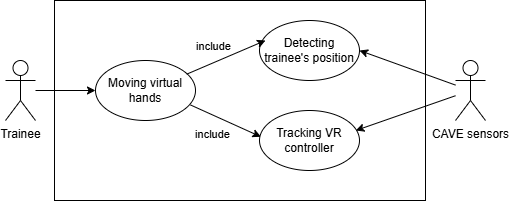
Above: Images/TraineeMovementUseCases.png in dopp1e/diploma (draw.io), before the change. Source tidied: cells renumbered, new cells last; positions are measured from the earlier drawing's top-left corner, leaving out a move shared by most shapes. The source it was exported from:
```xml
<mxGraphModel>
  <root>
    <mxCell id="0" />
    <mxCell id="1" parent="0" />
    <mxCell id="2" style="rounded=0;whiteSpace=wrap;html=1;" parent="1" vertex="1">
      <mxGeometry x="49" width="371" height="200" as="geometry" />
    </mxCell>
    <mxCell id="3" value="Trainee" style="shape=umlActor;verticalLabelPosition=bottom;verticalAlign=top;html=1;outlineConnect=0;" parent="1" vertex="1">
      <mxGeometry y="60" width="30" height="60" as="geometry" />
    </mxCell>
    <mxCell id="4" value="CAVE sensors" style="shape=umlActor;verticalLabelPosition=bottom;verticalAlign=top;html=1;outlineConnect=0;" parent="1" vertex="1">
      <mxGeometry x="450" y="60" width="30" height="60" as="geometry" />
    </mxCell>
    <mxCell id="5" value="Detecting trainee's position" style="ellipse;whiteSpace=wrap;html=1;" parent="1" vertex="1">
      <mxGeometry x="254" y="20" width="100" height="60" as="geometry" />
    </mxCell>
    <mxCell id="6" value="Tracking VR controller" style="ellipse;whiteSpace=wrap;html=1;" parent="1" vertex="1">
      <mxGeometry x="254" y="110" width="100" height="60" as="geometry" />
    </mxCell>
    <mxCell id="7" style="endArrow=classic;html=1;rounded=0;entryX=0.963;entryY=0.333;entryDx=0;entryDy=0;entryPerimeter=0;" parent="1" edge="1" source="4" target="6">
      <mxGeometry relative="1" as="geometry" />
    </mxCell>
    <mxCell id="8" style="endArrow=classic;html=1;rounded=0;entryX=1;entryY=0.5;entryDx=0;entryDy=0;" parent="1" edge="1" source="4" target="5">
      <mxGeometry relative="1" as="geometry" />
    </mxCell>
    <mxCell id="9" value="Moving virtual hands" style="ellipse;whiteSpace=wrap;html=1;" parent="1" vertex="1">
      <mxGeometry x="90" y="60" width="100" height="60" as="geometry" />
    </mxCell>
    <mxCell id="10" style="endArrow=classic;html=1;rounded=0;entryX=0;entryY=0.5;entryDx=0;entryDy=0;" parent="1" edge="1" source="3" target="9">
      <mxGeometry relative="1" as="geometry" />
    </mxCell>
    <mxCell id="11" style="endArrow=classic;html=1;rounded=0;exitX=0.912;exitY=0.228;exitDx=0;exitDy=0;exitPerimeter=0;entryX=0.06;entryY=0.333;entryDx=0;entryDy=0;entryPerimeter=0;" parent="1" edge="1" source="9" target="5">
      <mxGeometry relative="1" as="geometry" />
    </mxCell>
    <mxCell id="12" value="include" style="edgeLabel;html=1;align=center;verticalAlign=middle;" parent="11" vertex="1">
      <mxGeometry x="0.04" y="-1" relative="1" as="geometry">
        <mxPoint x="-15" y="-12" as="offset" />
      </mxGeometry>
    </mxCell>
    <mxCell id="13" style="endArrow=classic;html=1;rounded=0;exitX=0.95;exitY=0.741;exitDx=0;exitDy=0;exitPerimeter=0;entryX=0.014;entryY=0.438;entryDx=0;entryDy=0;entryPerimeter=0;" parent="1" edge="1" source="9" target="6">
      <mxGeometry relative="1" as="geometry" />
    </mxCell>
    <mxCell id="14" value="include" style="edgeLabel;html=1;align=center;verticalAlign=middle;" parent="13" vertex="1">
      <mxGeometry x="0.04" y="-1" relative="1" as="geometry">
        <mxPoint x="-15" y="12" as="offset" />
      </mxGeometry>
    </mxCell>
  </root>
</mxGraphModel>
```
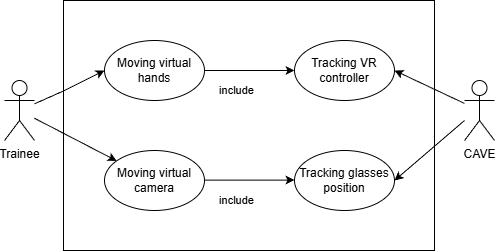
After the commit.

Change to the diagram source:
```diff
@@ -3,47 +3,62 @@
     <mxCell id="0" />
     <mxCell id="1" parent="0" />
     <mxCell id="2" style="rounded=0;whiteSpace=wrap;html=1;" parent="1" vertex="1">
-      <mxGeometry x="49" width="371" height="200" as="geometry" />
+      <mxGeometry x="49" y="20" width="371" height="250" as="geometry" />
     </mxCell>
     <mxCell id="3" value="Trainee" style="shape=umlActor;verticalLabelPosition=bottom;verticalAlign=top;html=1;outlineConnect=0;" parent="1" vertex="1">
-      <mxGeometry y="60" width="30" height="60" as="geometry" />
+      <mxGeometry x="-10" y="100" width="30" height="60" as="geometry" />
     </mxCell>
-    <mxCell id="4" value="CAVE sensors" style="shape=umlActor;verticalLabelPosition=bottom;verticalAlign=top;html=1;outlineConnect=0;" parent="1" vertex="1">
-      <mxGeometry x="450" y="60" width="30" height="60" as="geometry" />
+    <mxCell id="4" value="CAVE&lt;div&gt;&lt;br&gt;&lt;/div&gt;" style="shape=umlActor;verticalLabelPosition=bottom;verticalAlign=top;html=1;outlineConnect=0;" parent="1" vertex="1">
+      <mxGeometry x="450" y="100" width="30" height="60" as="geometry" />
     </mxCell>
-    <mxCell id="5" value="Detecting trainee's position" style="ellipse;whiteSpace=wrap;html=1;" parent="1" vertex="1">
-      <mxGeometry x="254" y="20" width="100" height="60" as="geometry" />
-    </mxCell>
     <mxCell id="6" value="Tracking VR controller" style="ellipse;whiteSpace=wrap;html=1;" parent="1" vertex="1">
-      <mxGeometry x="254" y="110" width="100" height="60" as="geometry" />
+      <mxGeometry x="280" y="60" width="100" height="60" as="geometry" />
     </mxCell>
-    <mxCell id="7" style="endArrow=classic;html=1;rounded=0;entryX=0.963;entryY=0.333;entryDx=0;entryDy=0;entryPerimeter=0;" parent="1" edge="1" source="4" target="6">
+    <mxCell id="7" style="endArrow=classic;html=1;rounded=0;entryX=1;entryY=0.5;entryDx=0;entryDy=0;" parent="1" edge="1" source="4" target="6">
       <mxGeometry relative="1" as="geometry" />
     </mxCell>
-    <mxCell id="8" style="endArrow=classic;html=1;rounded=0;entryX=1;entryY=0.5;entryDx=0;entryDy=0;" parent="1" edge="1" source="4" target="5">
-      <mxGeometry relative="1" as="geometry" />
-    </mxCell>
     <mxCell id="9" value="Moving virtual hands" style="ellipse;whiteSpace=wrap;html=1;" parent="1" vertex="1">
       <mxGeometry x="90" y="60" width="100" height="60" as="geometry" />
     </mxCell>
     <mxCell id="10" style="endArrow=classic;html=1;rounded=0;entryX=0;entryY=0.5;entryDx=0;entryDy=0;" parent="1" edge="1" source="3" target="9">
-      <mxGeometry relative="1" as="geometry" />
+      <mxGeometry relative="1" as="geometry">
+        <Array as="points">
+          <mxPoint x="50" y="110" />
+        </Array>
+      </mxGeometry>
     </mxCell>
-    <mxCell id="11" style="endArrow=classic;html=1;rounded=0;exitX=0.912;exitY=0.228;exitDx=0;exitDy=0;exitPerimeter=0;entryX=0.06;entryY=0.333;entryDx=0;entryDy=0;entryPerimeter=0;" parent="1" edge="1" source="9" target="5">
-      <mxGeometry relative="1" as="geometry" />
-    </mxCell>
-    <mxCell id="12" value="include" style="edgeLabel;html=1;align=center;verticalAlign=middle;" parent="11" vertex="1">
-      <mxGeometry x="0.04" y="-1" relative="1" as="geometry">
-        <mxPoint x="-15" y="-12" as="offset" />
-      </mxGeometry>
-    </mxCell>
-    <mxCell id="13" style="endArrow=classic;html=1;rounded=0;exitX=0.95;exitY=0.741;exitDx=0;exitDy=0;exitPerimeter=0;entryX=0.014;entryY=0.438;entryDx=0;entryDy=0;entryPerimeter=0;" parent="1" edge="1" source="9" target="6">
+    <mxCell id="13" style="endArrow=classic;html=1;rounded=0;exitX=1;exitY=0.5;exitDx=0;exitDy=0;" parent="1" edge="1" source="9" target="6">
       <mxGeometry relative="1" as="geometry" />
     </mxCell>
     <mxCell id="14" value="include" style="edgeLabel;html=1;align=center;verticalAlign=middle;" parent="13" vertex="1">
       <mxGeometry x="0.04" y="-1" relative="1" as="geometry">
-        <mxPoint x="-15" y="12" as="offset" />
+        <mxPoint x="-15" y="19" as="offset" />
       </mxGeometry>
     </mxCell>
+    <mxCell id="15" value="Tracking glasses position" style="ellipse;whiteSpace=wrap;html=1;" parent="1" vertex="1">
+      <mxGeometry x="280" y="170" width="100" height="60" as="geometry" />
+    </mxCell>
+    <mxCell id="16" style="endArrow=classic;html=1;rounded=0;entryX=1;entryY=0.5;entryDx=0;entryDy=0;entryPerimeter=0;" parent="1" edge="1" target="15">
+      <mxGeometry relative="1" as="geometry">
+        <mxPoint x="450" y="140" as="sourcePoint" />
+      </mxGeometry>
+    </mxCell>
+    <mxCell id="17" value="Moving virtual camera" style="ellipse;whiteSpace=wrap;html=1;" parent="1" vertex="1">
+      <mxGeometry x="90" y="170" width="100" height="60" as="geometry" />
+    </mxCell>
+    <mxCell id="18" style="endArrow=classic;html=1;rounded=0;exitX=1;exitY=0.5;exitDx=0;exitDy=0;" parent="1" edge="1">
+      <mxGeometry relative="1" as="geometry">
+        <mxPoint x="190" y="199.6" as="sourcePoint" />
+        <mxPoint x="280" y="199.6" as="targetPoint" />
+      </mxGeometry>
+    </mxCell>
+    <mxCell id="12" value="include" style="edgeLabel;html=1;align=center;verticalAlign=middle;" parent="18" vertex="1">
+      <mxGeometry x="0.04" y="-1" relative="1" as="geometry">
+        <mxPoint x="-15" y="19" as="offset" />
+      </mxGeometry>
+    </mxCell>
+    <mxCell id="19" style="endArrow=classic;html=1;rounded=0;" parent="1" edge="1" source="3" target="17">
+      <mxGeometry relative="1" as="geometry" />
+    </mxCell>
   </root>
 </mxGraphModel>
```
